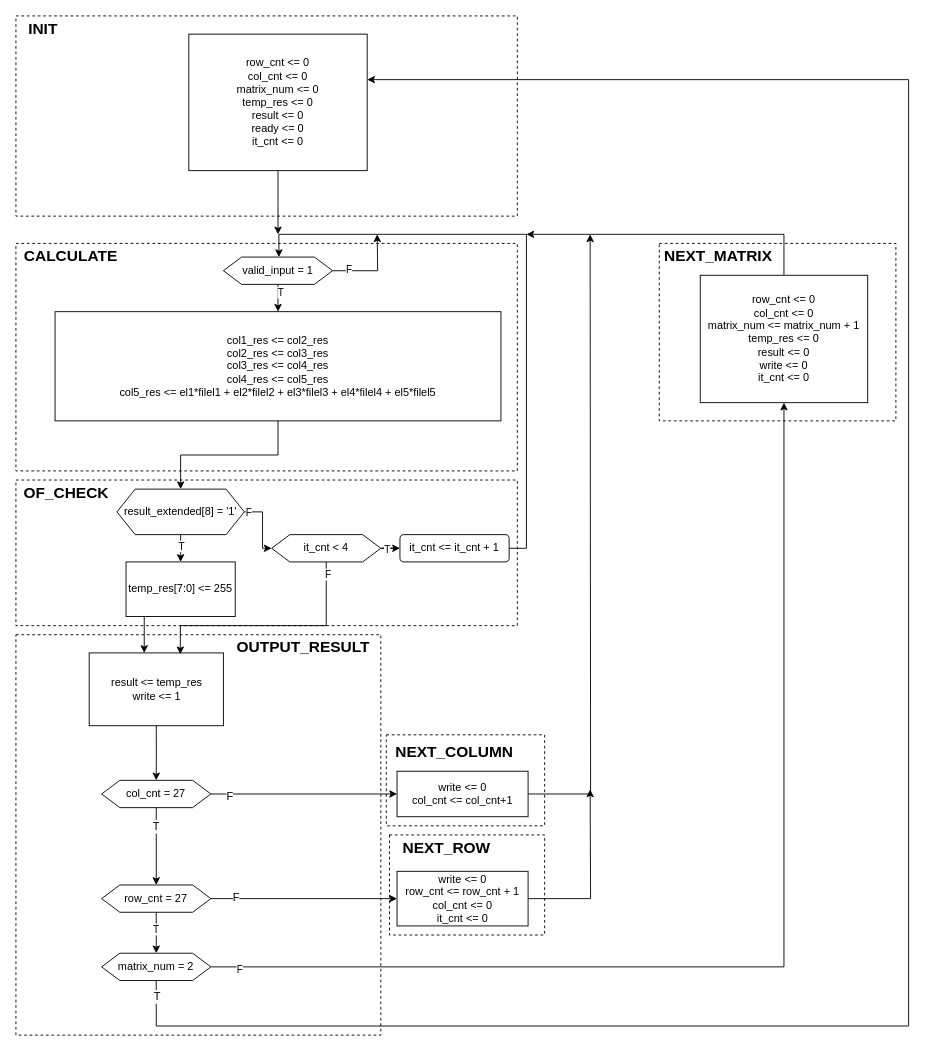
Earlier version of the draw.io diagram page "Updated Convolution ASMD" (5 of 7) of Diagrams.drawio (thevenus/etin35-pulpino). Source tidied: cells renumbered, new cells numbered last; positions are measured from the earlier drawing's top-left corner, leaving out a move shared by most shapes. Both pictures are drawn from the tidied source at 91%, with x=0, y=0 at pixel (15, 15).
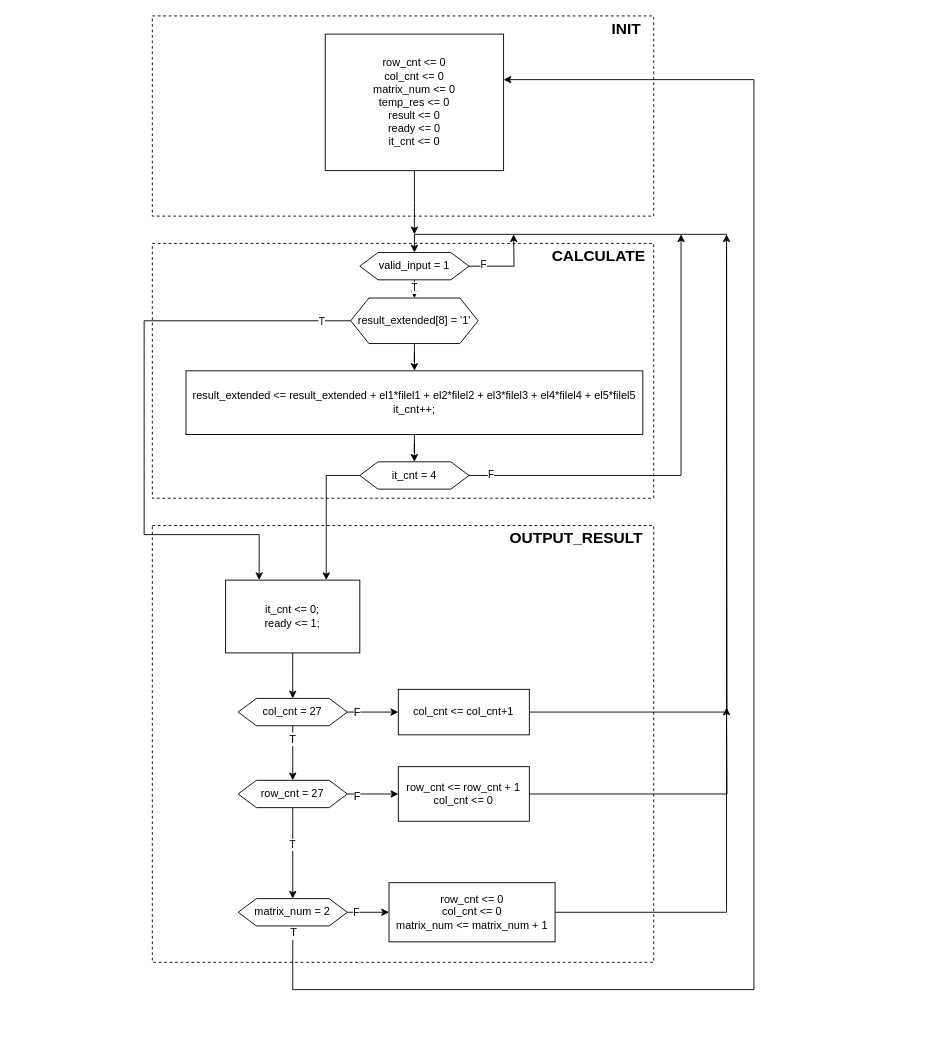
Above is the later version.

Unchanged cells that the change refers to:
```xml
<mxCell id="18" style="edgeStyle=orthogonalEdgeStyle;rounded=0;jettySize=auto;html=1;exitX=1;exitY=0.5;exitDx=0;exitDy=0;entryX=0;entryY=0.5;entryDx=0;entryDy=0;" parent="1" edge="1" source="20" target="40">
  <mxGeometry relative="1" as="geometry" />
</mxCell>
<mxCell id="23" style="edgeStyle=orthogonalEdgeStyle;rounded=0;jettySize=auto;html=1;exitX=1;exitY=0.5;exitDx=0;exitDy=0;entryX=0;entryY=0.5;entryDx=0;entryDy=0;" parent="1" edge="1" source="27" target="34">
  <mxGeometry relative="1" as="geometry" />
</mxCell>
<mxCell id="56" style="edgeStyle=orthogonalEdgeStyle;rounded=0;jettySize=auto;html=1;entryX=0.5;entryY=1;entryDx=0;entryDy=0;" parent="1" edge="1" source="58" target="37">
  <mxGeometry relative="1" as="geometry" />
</mxCell>
```

Diff of the diagram source:
```diff
@@
-    <mxCell id="2" style="rounded=0;whiteSpace=wrap;html=1;fillColor=none;dashed=1;" parent="1" vertex="1">
-      <mxGeometry y="510" width="551" height="160" as="geometry" />
-    </mxCell>
     <mxCell id="3" style="rounded=0;whiteSpace=wrap;html=1;fillColor=none;dashed=1;" parent="1" vertex="1">
-      <mxGeometry y="250" width="551" height="250" as="geometry" />
+      <mxGeometry x="149.9" y="250" width="551" height="280" as="geometry" />
     </mxCell>
     <mxCell id="4" style="rounded=0;whiteSpace=wrap;html=1;fillColor=none;dashed=1;" parent="1" vertex="1">
-      <mxGeometry y="680" width="401" height="440" as="geometry" />
+      <mxGeometry x="149.9" y="560" width="551" height="480" as="geometry" />
     </mxCell>
-    <mxCell id="5" style="rounded=0;whiteSpace=wrap;html=1;fillColor=none;dashed=1;" parent="1" vertex="1">
-      <mxGeometry x="407" y="790" width="174" height="100" as="geometry" />
-    </mxCell>
     <mxCell id="6" style="rounded=0;whiteSpace=wrap;html=1;fillColor=none;dashed=1;" parent="1" vertex="1">
-      <mxGeometry width="551" height="220" as="geometry" />
+      <mxGeometry x="149.9" width="551" height="220" as="geometry" />
     </mxCell>
     <mxCell id="7" style="edgeStyle=orthogonalEdgeStyle;rounded=0;jettySize=auto;html=1;" parent="1" edge="1" source="8">
       <mxGeometry relative="1" as="geometry">
-        <mxPoint x="288" y="240" as="targetPoint" />
+        <mxPoint x="437.9" y="240" as="targetPoint" />
       </mxGeometry>
     </mxCell>
     <mxCell id="8" value="&lt;div&gt;row_cnt &amp;lt;= 0&lt;/div&gt;&lt;div&gt;col_cnt &amp;lt;= 0&lt;/div&gt;&lt;div&gt;matrix_num &amp;lt;= 0&lt;/div&gt;&lt;div&gt;temp_res &amp;lt;= 0&lt;/div&gt;&lt;div&gt;result &amp;lt;= 0&lt;/div&gt;&lt;div&gt;ready &amp;lt;= 0&lt;/div&gt;&lt;div&gt;it_cnt &amp;lt;= 0&lt;/div&gt;" style="rounded=0;whiteSpace=wrap;html=1;" parent="1" vertex="1">
-      <mxGeometry x="190" y="20" width="196" height="150" as="geometry" />
+      <mxGeometry x="339.9" y="20" width="196" height="150" as="geometry" />
     </mxCell>
     <mxCell id="9" value="&lt;div style=&quot;font-size: 17px;&quot; align=&quot;center&quot;&gt;&lt;b&gt;INIT&lt;/b&gt;&lt;/div&gt;" style="text;html=1;align=center;verticalAlign=middle;whiteSpace=wrap;rounded=0;" parent="1" vertex="1">
-      <mxGeometry width="60" height="30" as="geometry" />
+      <mxGeometry x="640.9" width="60" height="30" as="geometry" />
     </mxCell>
+    <mxCell id="64" style="edgeStyle=orthogonalEdgeStyle;rounded=0;jettySize=auto;html=1;" parent="1" edge="1" source="10" target="14">
+      <mxGeometry relative="1" as="geometry" />
+    </mxCell>
-    <mxCell id="10" value="&lt;div&gt;col1_res &amp;lt;= col2_res&lt;br&gt;&lt;/div&gt;&lt;div&gt;col2_res &amp;lt;= col3_res&lt;br&gt;&lt;/div&gt;&lt;div&gt;col3_res &amp;lt;= col4_res&lt;br&gt;&lt;/div&gt;&lt;div&gt;col4_res &amp;lt;= col5_res&lt;br&gt;&lt;/div&gt;&lt;div&gt;col5_res &amp;lt;= el1*filel1 + el2*filel2 + el3*filel3 + el4*filel4 + el5*filel5&lt;/div&gt;" style="rounded=0;whiteSpace=wrap;html=1;" parent="1" vertex="1">
-      <mxGeometry x="43" y="325" width="490" height="120" as="geometry" />
+    <mxCell id="10" value="&lt;div&gt;result_extended &amp;lt;= result_extended + el1*filel1 + el2*filel2 + el3*filel3 + el4*filel4 + el5*filel5&lt;/div&gt;&lt;div&gt;it_cnt++;&lt;br&gt;&lt;/div&gt;" style="rounded=0;whiteSpace=wrap;html=1;" parent="1" vertex="1">
+      <mxGeometry x="186.9" y="390" width="502" height="70" as="geometry" />
     </mxCell>
-    <mxCell id="11" style="edgeStyle=orthogonalEdgeStyle;rounded=0;jettySize=auto;html=1;exitX=1;exitY=0.5;exitDx=0;exitDy=0;entryX=0.5;entryY=0;entryDx=0;entryDy=0;" parent="1" edge="1" source="61">
-      <mxGeometry relative="1" as="geometry">
-        <mxPoint x="289" y="265" as="targetPoint" />
-        <Array as="points">
-          <mxPoint x="542" y="585" />
-          <mxPoint x="561" y="585" />
-          <mxPoint x="561" y="240" />
-          <mxPoint x="289" y="240" />
-        </Array>
-      </mxGeometry>
-    </mxCell>
-    <mxCell id="12" style="edgeStyle=orthogonalEdgeStyle;rounded=0;jettySize=auto;html=1;" parent="1" edge="1" source="14" target="61">
-      <mxGeometry relative="1" as="geometry" />
-    </mxCell>
-    <mxCell id="13" value="T" style="edgeLabel;html=1;align=center;verticalAlign=middle;" parent="12" vertex="1">
-      <mxGeometry x="0.56" y="-1" relative="1" as="geometry">
-        <mxPoint x="-2" as="offset" />
-      </mxGeometry>
-    </mxCell>
+    <mxCell id="65" style="edgeStyle=orthogonalEdgeStyle;rounded=0;jettySize=auto;html=1;entryX=0.75;entryY=0;entryDx=0;entryDy=0;" parent="1" edge="1" source="14" target="16">
+      <mxGeometry relative="1" as="geometry">
+        <Array as="points">
+          <mxPoint x="340.9" y="505" />
+        </Array>
+      </mxGeometry>
+    </mxCell>
-    <mxCell id="14" value="it_cnt &amp;lt; 4" style="shape=hexagon;perimeter=hexagonPerimeter2;whiteSpace=wrap;html=1;fixedSize=1;" parent="1" vertex="1">
-      <mxGeometry x="281" y="570" width="120" height="30" as="geometry" />
+    <mxCell id="14" value="it_cnt = 4" style="shape=hexagon;perimeter=hexagonPerimeter2;whiteSpace=wrap;html=1;fixedSize=1;" parent="1" vertex="1">
+      <mxGeometry x="377.9" y="490" width="120" height="30" as="geometry" />
     </mxCell>
@@
-    <mxCell id="16" value="&lt;div&gt;result &amp;lt;= temp_res&lt;br&gt;&lt;/div&gt;&lt;div&gt;write &amp;lt;= 1&lt;br&gt;&lt;/div&gt;" style="rounded=0;whiteSpace=wrap;html=1;" parent="1" vertex="1">
-      <mxGeometry x="80.5" y="700" width="147.5" height="80" as="geometry" />
+    <mxCell id="16" value="&lt;div&gt;it_cnt &amp;lt;= 0;&lt;/div&gt;&lt;div&gt;ready &amp;lt;= 1;&lt;br&gt;&lt;/div&gt;" style="rounded=0;whiteSpace=wrap;html=1;" parent="1" vertex="1">
+      <mxGeometry x="230.4" y="620" width="147.5" height="80" as="geometry" />
     </mxCell>
     <mxCell id="17" value="&lt;font style=&quot;font-size: 17px;&quot;&gt;&lt;b&gt;CALCULATE&lt;/b&gt;&lt;/font&gt;" style="text;html=1;align=center;verticalAlign=middle;whiteSpace=wrap;rounded=0;" parent="1" vertex="1">
-      <mxGeometry y="250" width="121" height="30" as="geometry" />
+      <mxGeometry x="579.9" y="250" width="121" height="30" as="geometry" />
     </mxCell>
@@
     <mxCell id="19" value="&lt;font style=&quot;font-size: 12px;&quot;&gt;F&lt;/font&gt;" style="edgeLabel;html=1;align=center;verticalAlign=middle;" parent="18" vertex="1">
-      <mxGeometry x="-0.8" y="-2" relative="1" as="geometry" />
+      <mxGeometry x="-0.8" y="-2" relative="1" as="geometry">
+        <mxPoint x="4" y="-2" as="offset" />
+      </mxGeometry>
     </mxCell>
     <mxCell id="20" value="col_cnt = 27" style="shape=hexagon;perimeter=hexagonPerimeter2;whiteSpace=wrap;html=1;fixedSize=1;" parent="1" vertex="1">
-      <mxGeometry x="94.2" y="840" width="120" height="30" as="geometry" />
+      <mxGeometry x="244.2" y="750" width="120" height="30" as="geometry" />
     </mxCell>
@@
     <mxCell id="24" value="&lt;font style=&quot;font-size: 12px;&quot;&gt;F&lt;/font&gt;" style="edgeLabel;html=1;align=center;verticalAlign=middle;" parent="23" vertex="1">
-      <mxGeometry x="-0.74" y="2" relative="1" as="geometry" />
+      <mxGeometry x="-0.74" y="2" relative="1" as="geometry">
+        <mxPoint x="3" y="4" as="offset" />
+      </mxGeometry>
     </mxCell>
@@
     <mxCell id="27" value="row_cnt = 27" style="shape=hexagon;perimeter=hexagonPerimeter2;whiteSpace=wrap;html=1;fixedSize=1;" parent="1" vertex="1">
-      <mxGeometry x="94.2" y="955" width="120" height="30" as="geometry" />
+      <mxGeometry x="244.2" y="840" width="120" height="30" as="geometry" />
     </mxCell>
     <mxCell id="28" style="edgeStyle=orthogonalEdgeStyle;rounded=0;jettySize=auto;html=1;exitX=0.5;exitY=1;exitDx=0;exitDy=0;" parent="1" edge="1" source="58" target="8">
       <mxGeometry relative="1" as="geometry">
         <Array as="points">
-          <mxPoint x="154" y="1110" />
-          <mxPoint x="981" y="1110" />
-          <mxPoint x="981" y="70" />
+          <mxPoint x="304" y="1070" />
+          <mxPoint x="811" y="1070" />
+          <mxPoint x="811" y="70" />
         </Array>
       </mxGeometry>
     </mxCell>
@@
-    <mxCell id="30" style="rounded=0;whiteSpace=wrap;html=1;fillColor=none;dashed=1;" parent="1" vertex="1">
-      <mxGeometry x="410.5" y="900" width="170.5" height="110" as="geometry" />
-    </mxCell>
     <mxCell id="31" value="&lt;font style=&quot;font-size: 17px;&quot;&gt;&lt;b&gt;OUTPUT_RESULT&lt;/b&gt;&lt;/font&gt;" style="text;html=1;align=center;verticalAlign=middle;whiteSpace=wrap;rounded=0;" parent="1" vertex="1">
-      <mxGeometry x="231" y="680" width="170" height="30" as="geometry" />
+      <mxGeometry x="530.9" y="560" width="170" height="30" as="geometry" />
     </mxCell>
-    <mxCell id="32" value="&lt;b&gt;&lt;font style=&quot;font-size: 17px;&quot;&gt;NEXT_ROW&lt;/font&gt;&lt;/b&gt;" style="text;html=1;align=center;verticalAlign=middle;whiteSpace=wrap;rounded=0;" parent="1" vertex="1">
-      <mxGeometry x="412.5" y="900" width="120.5" height="30" as="geometry" />
-    </mxCell>
     <mxCell id="33" style="edgeStyle=orthogonalEdgeStyle;rounded=0;jettySize=auto;html=1;exitX=1;exitY=0.5;exitDx=0;exitDy=0;" parent="1" edge="1" source="34">
       <mxGeometry relative="1" as="geometry">
-        <mxPoint x="631" y="850" as="targetPoint" />
+        <mxPoint x="780.9" y="760" as="targetPoint" />
       </mxGeometry>
     </mxCell>
-    <mxCell id="34" value="&lt;div align=&quot;center&quot;&gt;write &amp;lt;= 0&lt;/div&gt;&lt;div align=&quot;center&quot;&gt;row_cnt &amp;lt;= row_cnt + 1&lt;/div&gt;&lt;div align=&quot;center&quot;&gt;col_cnt &amp;lt;= 0&lt;/div&gt;&lt;div align=&quot;center&quot;&gt;it_cnt &amp;lt;= 0&lt;br&gt;&lt;/div&gt;" style="rounded=0;whiteSpace=wrap;html=1;align=center;" parent="1" vertex="1">
-      <mxGeometry x="418.8" y="940" width="144" height="60" as="geometry" />
+    <mxCell id="34" value="&lt;div align=&quot;center&quot;&gt;row_cnt &amp;lt;= row_cnt + 1&lt;/div&gt;&lt;div align=&quot;center&quot;&gt;col_cnt &amp;lt;= 0&lt;/div&gt;" style="rounded=0;whiteSpace=wrap;html=1;align=center;" parent="1" vertex="1">
+      <mxGeometry x="420.2" y="825" width="144" height="60" as="geometry" />
     </mxCell>
-    <mxCell id="35" style="rounded=0;whiteSpace=wrap;html=1;fillColor=none;dashed=1;" parent="1" vertex="1">
-      <mxGeometry x="707" y="250" width="260" height="195" as="geometry" />
-    </mxCell>
-    <mxCell id="36" style="edgeStyle=orthogonalEdgeStyle;rounded=0;jettySize=auto;html=1;exitX=0.5;exitY=0;exitDx=0;exitDy=0;" parent="1" edge="1" source="37">
+    <mxCell id="36" style="edgeStyle=orthogonalEdgeStyle;rounded=0;jettySize=auto;html=1;exitX=0.5;exitY=0;exitDx=0;exitDy=0;entryX=0.5;entryY=0;entryDx=0;entryDy=0;" parent="1" edge="1" source="37" target="47">
       <mxGeometry relative="1" as="geometry">
-        <mxPoint x="561" y="240" as="targetPoint" />
         <Array as="points">
-          <mxPoint x="844" y="240" />
-          <mxPoint x="637" y="240" />
+          <mxPoint x="780.9" y="985" />
+          <mxPoint x="780.9" y="240" />
+          <mxPoint x="437.9" y="240" />
         </Array>
       </mxGeometry>
     </mxCell>
-    <mxCell id="37" value="&lt;div align=&quot;center&quot;&gt;row_cnt &amp;lt;= 0&lt;/div&gt;&lt;div align=&quot;center&quot;&gt;col_cnt &amp;lt;= 0&lt;/div&gt;&lt;div align=&quot;center&quot;&gt;matrix_num &amp;lt;= matrix_num + 1&lt;br&gt;&lt;/div&gt;&lt;div align=&quot;center&quot;&gt;temp_res &amp;lt;= 0&lt;/div&gt;&lt;div align=&quot;center&quot;&gt;result &amp;lt;= 0&lt;/div&gt;&lt;div align=&quot;center&quot;&gt;write &amp;lt;= 0&lt;/div&gt;&lt;div align=&quot;center&quot;&gt;it_cnt &amp;lt;= 0&lt;/div&gt;" style="rounded=0;whiteSpace=wrap;html=1;align=center;" parent="1" vertex="1">
-      <mxGeometry x="752" y="285" width="184" height="140" as="geometry" />
+    <mxCell id="37" value="&lt;div align=&quot;center&quot;&gt;row_cnt &amp;lt;= 0&lt;/div&gt;&lt;div align=&quot;center&quot;&gt;col_cnt &amp;lt;= 0&lt;/div&gt;&lt;div align=&quot;center&quot;&gt;matrix_num &amp;lt;= matrix_num + 1&lt;br&gt;&lt;/div&gt;" style="rounded=0;whiteSpace=wrap;html=1;align=center;direction=south;" parent="1" vertex="1">
+      <mxGeometry x="410" y="952.5" width="182.5" height="65" as="geometry" />
     </mxCell>
-    <mxCell id="38" value="&lt;b&gt;&lt;font style=&quot;font-size: 17px;&quot;&gt;NEXT_MATRIX&lt;/font&gt;&lt;/b&gt;" style="text;html=1;align=center;verticalAlign=middle;whiteSpace=wrap;rounded=0;" parent="1" vertex="1">
-      <mxGeometry x="707" y="250" width="130" height="30" as="geometry" />
-    </mxCell>
     <mxCell id="39" style="edgeStyle=orthogonalEdgeStyle;rounded=0;jettySize=auto;html=1;exitX=1;exitY=0.5;exitDx=0;exitDy=0;" parent="1" edge="1" source="40">
       <mxGeometry relative="1" as="geometry">
-        <mxPoint x="631" y="240" as="targetPoint" />
+        <mxPoint x="780.9" y="240" as="targetPoint" />
       </mxGeometry>
     </mxCell>
-    <mxCell id="40" value="&lt;div align=&quot;center&quot;&gt;write &amp;lt;= 0&lt;/div&gt;&lt;div align=&quot;center&quot;&gt;col_cnt &amp;lt;= col_cnt+1&lt;br&gt;&lt;/div&gt;" style="rounded=0;whiteSpace=wrap;html=1;align=center;" parent="1" vertex="1">
-      <mxGeometry x="418.8" y="830" width="144" height="50" as="geometry" />
+    <mxCell id="40" value="&lt;div align=&quot;center&quot;&gt;col_cnt &amp;lt;= col_cnt+1&lt;br&gt;&lt;/div&gt;" style="rounded=0;whiteSpace=wrap;html=1;align=center;" parent="1" vertex="1">
+      <mxGeometry x="420.2" y="740" width="144" height="50" as="geometry" />
     </mxCell>
-    <mxCell id="41" value="&lt;font style=&quot;font-size: 17px;&quot;&gt;&lt;b&gt;NEXT_COLUMN&lt;/b&gt;&lt;/font&gt;" style="text;html=1;align=center;verticalAlign=middle;whiteSpace=wrap;rounded=0;" parent="1" vertex="1">
-      <mxGeometry x="407" y="790" width="150" height="40" as="geometry" />
-    </mxCell>
-    <mxCell id="42" style="edgeStyle=orthogonalEdgeStyle;rounded=0;orthogonalLoop=1;jettySize=auto;html=1;exitX=0.5;exitY=1;exitDx=0;exitDy=0;" parent="1" edge="1" source="38" target="38">
-      <mxGeometry relative="1" as="geometry" />
+    <mxCell id="42" style="edgeStyle=orthogonalEdgeStyle;rounded=0;orthogonalLoop=1;jettySize=auto;html=1;exitX=0.5;exitY=1;exitDx=0;exitDy=0;" parent="1" edge="1">
+      <mxGeometry relative="1" as="geometry">
+        <mxPoint x="921.9" y="279" as="sourcePoint" />
+        <mxPoint x="921.9" y="279" as="targetPoint" />
+      </mxGeometry>
     </mxCell>
-    <mxCell id="43" style="edgeStyle=orthogonalEdgeStyle;rounded=0;jettySize=auto;html=1;exitX=0.5;exitY=1;exitDx=0;exitDy=0;entryX=0.5;entryY=0;entryDx=0;entryDy=0;" parent="1" edge="1" source="47" target="10">
+    <mxCell id="43" style="edgeStyle=orthogonalEdgeStyle;rounded=0;jettySize=auto;html=1;exitX=0.5;exitY=1;exitDx=0;exitDy=0;entryX=0.5;entryY=0;entryDx=0;entryDy=0;" parent="1" edge="1" source="47" target="53">
       <mxGeometry relative="1" as="geometry" />
     </mxCell>
     <mxCell id="44" value="T" style="edgeLabel;html=1;align=center;verticalAlign=middle;" parent="43" vertex="1">
-      <mxGeometry x="-0.47" y="2" relative="1" as="geometry" />
+      <mxGeometry x="-0.47" y="2" relative="1" as="geometry">
+        <mxPoint x="-2" y="3" as="offset" />
+      </mxGeometry>
     </mxCell>
     <mxCell id="45" style="edgeStyle=orthogonalEdgeStyle;rounded=0;jettySize=auto;html=1;exitX=1;exitY=0.5;exitDx=0;exitDy=0;" parent="1" edge="1" source="47">
       <mxGeometry relative="1" as="geometry">
-        <mxPoint x="397" y="240" as="targetPoint" />
+        <mxPoint x="546.9" y="240" as="targetPoint" />
       </mxGeometry>
     </mxCell>
@@
     <mxCell id="47" value="valid_input = 1" style="shape=hexagon;perimeter=hexagonPerimeter2;whiteSpace=wrap;html=1;fixedSize=1;" parent="1" vertex="1">
-      <mxGeometry x="228" y="265" width="120" height="30" as="geometry" />
+      <mxGeometry x="377.9" y="260" width="120" height="30" as="geometry" />
     </mxCell>
-    <mxCell id="48" style="edgeStyle=orthogonalEdgeStyle;rounded=0;jettySize=auto;html=1;" parent="1" edge="1" source="53" target="55">
-      <mxGeometry relative="1" as="geometry" />
-    </mxCell>
-    <mxCell id="49" value="T" style="edgeLabel;html=1;align=center;verticalAlign=middle;" parent="48" vertex="1">
-      <mxGeometry x="-0.7" y="-1" relative="1" as="geometry">
-        <mxPoint x="1" y="4" as="offset" />
-      </mxGeometry>
-    </mxCell>
-    <mxCell id="50" style="edgeStyle=orthogonalEdgeStyle;rounded=0;jettySize=auto;html=1;entryX=0;entryY=0.5;entryDx=0;entryDy=0;" parent="1" edge="1" source="53" target="14">
-      <mxGeometry relative="1" as="geometry" />
-    </mxCell>
-    <mxCell id="51" value="F" style="edgeLabel;html=1;align=center;verticalAlign=middle;" parent="50" vertex="1">
-      <mxGeometry x="-0.51" y="-3" relative="1" as="geometry">
-        <mxPoint x="-13" y="-3" as="offset" />
-      </mxGeometry>
-    </mxCell>
-    <mxCell id="52" style="edgeStyle=orthogonalEdgeStyle;rounded=0;jettySize=auto;html=1;entryX=0.5;entryY=1;entryDx=0;entryDy=0;startArrow=classic;startFill=1;endArrow=none;endFill=0;" parent="1" edge="1" source="53" target="10">
-      <mxGeometry relative="1" as="geometry" />
-    </mxCell>
-    <mxCell id="53" value="result_extended[8] = '1'" style="shape=hexagon;perimeter=hexagonPerimeter2;whiteSpace=wrap;html=1;fixedSize=1;rounded=0;" parent="1" vertex="1">
-      <mxGeometry x="111" y="520" width="140" height="50" as="geometry" />
-    </mxCell>
-    <mxCell id="54" style="edgeStyle=orthogonalEdgeStyle;rounded=0;jettySize=auto;html=1;" parent="1" edge="1" source="55">
-      <mxGeometry relative="1" as="geometry">
-        <mxPoint x="141" y="700" as="targetPoint" />
-        <Array as="points">
-          <mxPoint x="141" y="680" />
-          <mxPoint x="141" y="680" />
-        </Array>
-      </mxGeometry>
-    </mxCell>
-    <mxCell id="55" value="temp_res[7:0] &amp;lt;= 255" style="whiteSpace=wrap;html=1;rounded=0;" parent="1" vertex="1">
-      <mxGeometry x="121" y="600" width="120" height="60" as="geometry" />
-    </mxCell>
@@
     <mxCell id="57" value="F" style="edgeLabel;html=1;align=center;verticalAlign=middle;" parent="56" vertex="1">
       <mxGeometry x="-0.95" y="-4" relative="1" as="geometry">
-        <mxPoint y="-2" as="offset" />
+        <mxPoint x="8" y="-4" as="offset" />
       </mxGeometry>
     </mxCell>
     <mxCell id="58" value="matrix_num = 2" style="shape=hexagon;perimeter=hexagonPerimeter2;whiteSpace=wrap;html=1;fixedSize=1;" parent="1" vertex="1">
-      <mxGeometry x="94.2" y="1030" width="120" height="30" as="geometry" />
+      <mxGeometry x="244.2" y="970" width="120" height="30" as="geometry" />
     </mxCell>
-    <mxCell id="59" value="&amp;nbsp;" style="text;whiteSpace=wrap;html=1;" parent="1" vertex="1">
-      <mxGeometry x="101" y="50" width="40" height="40" as="geometry" />
-    </mxCell>
-    <mxCell id="60" value="&lt;font style=&quot;font-size: 17px;&quot;&gt;&lt;b&gt;OF_CHECK&lt;/b&gt;&lt;br&gt;&lt;/font&gt;" style="text;html=1;align=center;verticalAlign=middle;whiteSpace=wrap;rounded=0;" parent="1" vertex="1">
-      <mxGeometry y="510" width="111" height="30" as="geometry" />
-    </mxCell>
-    <mxCell id="61" value="it_cnt &amp;lt;= it_cnt + 1" style="whiteSpace=wrap;html=1;rounded=1;" parent="1" vertex="1">
-      <mxGeometry x="422" y="570" width="120" height="30" as="geometry" />
-    </mxCell>
-    <mxCell id="62" style="edgeStyle=orthogonalEdgeStyle;rounded=0;jettySize=auto;html=1;entryX=0.679;entryY=0.018;entryDx=0;entryDy=0;entryPerimeter=0;" parent="1" edge="1" source="14" target="16">
+    <mxCell id="62" style="edgeStyle=orthogonalEdgeStyle;rounded=0;jettySize=auto;html=1;exitX=1;exitY=0.5;exitDx=0;exitDy=0;" parent="1" edge="1" source="14">
       <mxGeometry relative="1" as="geometry">
+        <mxPoint x="730.9" y="240" as="targetPoint" />
         <Array as="points">
-          <mxPoint x="341" y="670" />
-          <mxPoint x="181" y="670" />
+          <mxPoint x="730.9" y="505" />
         </Array>
       </mxGeometry>
     </mxCell>
@@
+    <mxCell id="66" style="edgeStyle=orthogonalEdgeStyle;rounded=0;jettySize=auto;html=1;entryX=0.25;entryY=0;entryDx=0;entryDy=0;" parent="1" edge="1" source="53" target="16">
+      <mxGeometry relative="1" as="geometry">
+        <Array as="points">
+          <mxPoint x="140.9" y="335" />
+          <mxPoint x="140.9" y="570" />
+          <mxPoint x="266.9" y="570" />
+        </Array>
+      </mxGeometry>
+    </mxCell>
+    <mxCell id="67" value="T" style="edgeLabel;html=1;align=center;verticalAlign=middle;" parent="66" vertex="1">
+      <mxGeometry x="-0.9" relative="1" as="geometry" />
+    </mxCell>
+    <mxCell id="52" style="edgeStyle=orthogonalEdgeStyle;rounded=0;jettySize=auto;html=1;" parent="1" edge="1" source="53" target="10">
+      <mxGeometry relative="1" as="geometry" />
+    </mxCell>
+    <mxCell id="53" value="result_extended[8] = '1'" style="shape=hexagon;perimeter=hexagonPerimeter2;whiteSpace=wrap;html=1;fixedSize=1;rounded=0;" parent="1" vertex="1">
+      <mxGeometry x="367.9" y="310" width="140" height="50" as="geometry" />
+    </mxCell>
```
